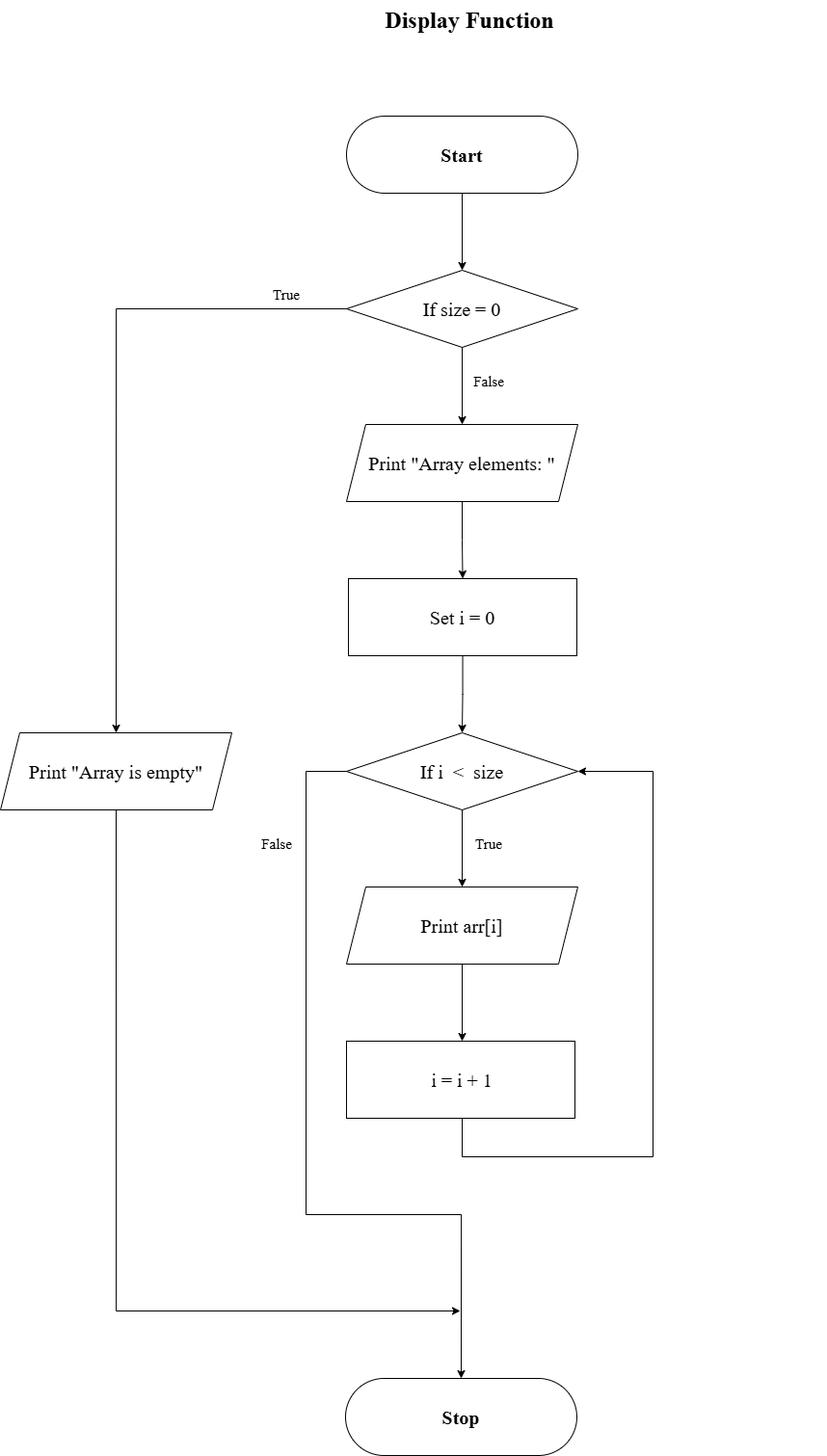
Earlier version of the draw.io export ImplementArray/FlowchartForFunctions/FlowchartDisplayFn.drawio.png (VIGNESHWAR2058/Record-3-and-4). Source tidied: cells renumbered, new cells last; positions are measured from the earlier drawing's top-left corner, leaving out a move shared by most shapes.
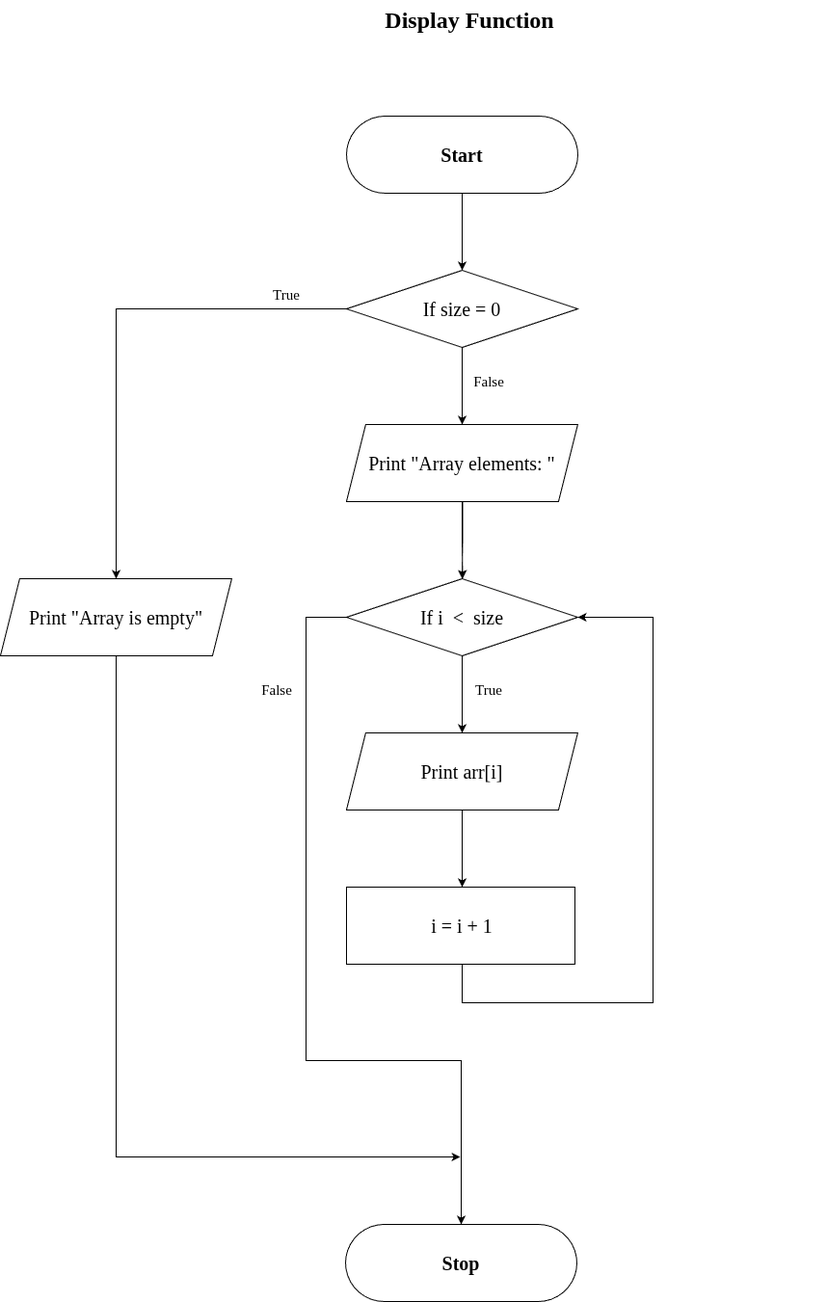
The same file after the commit.

The edit, as a diff of the source:
```diff
@@ -3,19 +3,19 @@
     <mxCell id="0" />
     <mxCell id="1" parent="0" />
     <mxCell id="2" value="&lt;h1 style=&quot;margin-top: 0px;&quot;&gt;Display Function&lt;/h1&gt;" style="text;html=1;whiteSpace=wrap;overflow=hidden;rounded=0;align=center;fontFamily=Times New Roman;" parent="1" vertex="1">
-      <mxGeometry x="117" width="740" height="60" as="geometry" />
+      <mxGeometry x="117" y="160" width="740" height="60" as="geometry" />
     </mxCell>
     <mxCell id="3" style="rounded=1;whiteSpace=wrap;html=1;arcSize=50;fontFamily=Times New Roman;" parent="1" vertex="1">
-      <mxGeometry x="359" y="120" width="240" height="80" as="geometry" />
+      <mxGeometry x="359" y="280" width="240" height="80" as="geometry" />
     </mxCell>
     <mxCell id="4" style="edgeStyle=orthogonalEdgeStyle;rounded=0;jettySize=auto;html=1;fontFamily=Times New Roman;" parent="1" edge="1" source="5" target="9">
       <mxGeometry relative="1" as="geometry" />
     </mxCell>
     <mxCell id="5" value="&lt;b&gt;Start&lt;/b&gt;" style="text;html=1;whiteSpace=wrap;strokeColor=none;fillColor=none;align=center;verticalAlign=middle;rounded=0;fontSize=20;fontFamily=Times New Roman;" parent="1" vertex="1">
-      <mxGeometry x="359" y="120" width="240" height="80" as="geometry" />
+      <mxGeometry x="359" y="280" width="240" height="80" as="geometry" />
     </mxCell>
     <mxCell id="6" style="rhombus;whiteSpace=wrap;html=1;fontFamily=Times New Roman;" parent="1" vertex="1">
-      <mxGeometry x="359" y="280" width="240" height="80" as="geometry" />
+      <mxGeometry x="359" y="440" width="240" height="80" as="geometry" />
     </mxCell>
     <mxCell id="7" style="edgeStyle=orthogonalEdgeStyle;rounded=0;jettySize=auto;html=1;exitX=0;exitY=0.5;exitDx=0;exitDy=0;entryX=0.5;entryY=0;entryDx=0;entryDy=0;fontFamily=Times New Roman;" parent="1" edge="1" source="9" target="14">
       <mxGeometry relative="1" as="geometry" />
@@ -24,7 +24,7 @@
       <mxGeometry relative="1" as="geometry" />
     </mxCell>
     <mxCell id="9" value="If size = 0" style="text;html=1;whiteSpace=wrap;strokeColor=none;fillColor=none;align=center;verticalAlign=middle;rounded=0;fontSize=20;fontFamily=Times New Roman;" parent="1" vertex="1">
-      <mxGeometry x="359" y="280" width="240" height="80" as="geometry" />
+      <mxGeometry x="359" y="440" width="240" height="80" as="geometry" />
     </mxCell>
     <mxCell id="10" style="rounded=1;whiteSpace=wrap;html=1;arcSize=50;fontFamily=Times New Roman;" parent="1" vertex="1">
       <mxGeometry x="358" y="1430" width="240" height="80" as="geometry" />
@@ -48,25 +48,26 @@
       <mxGeometry y="760" width="240" height="80" as="geometry" />
     </mxCell>
     <mxCell id="15" value="True" style="text;html=1;whiteSpace=wrap;strokeColor=none;fillColor=none;align=center;verticalAlign=middle;rounded=0;fontSize=15;fontFamily=Times New Roman;" parent="1" vertex="1">
-      <mxGeometry x="267" y="290" width="60" height="30" as="geometry" />
+      <mxGeometry x="267" y="450" width="60" height="30" as="geometry" />
     </mxCell>
     <mxCell id="16" value="False" style="text;html=1;whiteSpace=wrap;strokeColor=none;fillColor=none;align=center;verticalAlign=middle;rounded=0;fontSize=15;fontFamily=Times New Roman;" parent="1" vertex="1">
-      <mxGeometry x="477" y="380" width="60" height="30" as="geometry" />
+      <mxGeometry x="477" y="540" width="60" height="30" as="geometry" />
     </mxCell>
-    <mxCell id="17" style="edgeStyle=orthogonalEdgeStyle;rounded=0;jettySize=auto;html=1;fontFamily=Times New Roman;" parent="1" edge="1" source="18" target="25">
-      <mxGeometry relative="1" as="geometry" />
+    <mxCell id="17" style="edgeStyle=orthogonalEdgeStyle;rounded=0;jettySize=auto;html=1;fontFamily=Times New Roman;" parent="1" edge="1" target="25">
+      <mxGeometry relative="1" as="geometry">
+        <mxPoint x="479.5" y="680" as="sourcePoint" />
+      </mxGeometry>
     </mxCell>
-    <mxCell id="18" value="Set i = 0" style="rounded=0;whiteSpace=wrap;html=1;fontSize=20;fontFamily=Times New Roman;" parent="1" vertex="1">
-      <mxGeometry x="361" y="600" width="237" height="80" as="geometry" />
-    </mxCell>
     <mxCell id="19" style="shape=parallelogram;perimeter=parallelogramPerimeter;whiteSpace=wrap;html=1;fixedSize=1;fontFamily=Times New Roman;" parent="1" vertex="1">
-      <mxGeometry x="359" y="440" width="240" height="80" as="geometry" />
+      <mxGeometry x="359" y="600" width="240" height="80" as="geometry" />
     </mxCell>
-    <mxCell id="20" style="edgeStyle=orthogonalEdgeStyle;rounded=0;jettySize=auto;html=1;fontFamily=Times New Roman;" parent="1" edge="1" source="21" target="18">
-      <mxGeometry relative="1" as="geometry" />
+    <mxCell id="20" style="edgeStyle=orthogonalEdgeStyle;rounded=0;jettySize=auto;html=1;fontFamily=Times New Roman;" parent="1" edge="1" source="21">
+      <mxGeometry relative="1" as="geometry">
+        <mxPoint x="479.5" y="760" as="targetPoint" />
+      </mxGeometry>
     </mxCell>
     <mxCell id="21" value="&lt;font&gt;Print &quot;Array elements:&amp;nbsp;&quot;&lt;/font&gt;" style="text;html=1;whiteSpace=wrap;strokeColor=none;fillColor=none;align=center;verticalAlign=middle;rounded=0;fontSize=20;fontFamily=Times New Roman;" parent="1" vertex="1">
-      <mxGeometry x="359" y="440" width="240" height="80" as="geometry" />
+      <mxGeometry x="359" y="600" width="240" height="80" as="geometry" />
     </mxCell>
     <mxCell id="22" style="rhombus;whiteSpace=wrap;html=1;fontFamily=Times New Roman;" parent="1" vertex="1">
       <mxGeometry x="359" y="760" width="240" height="80" as="geometry" />
```
